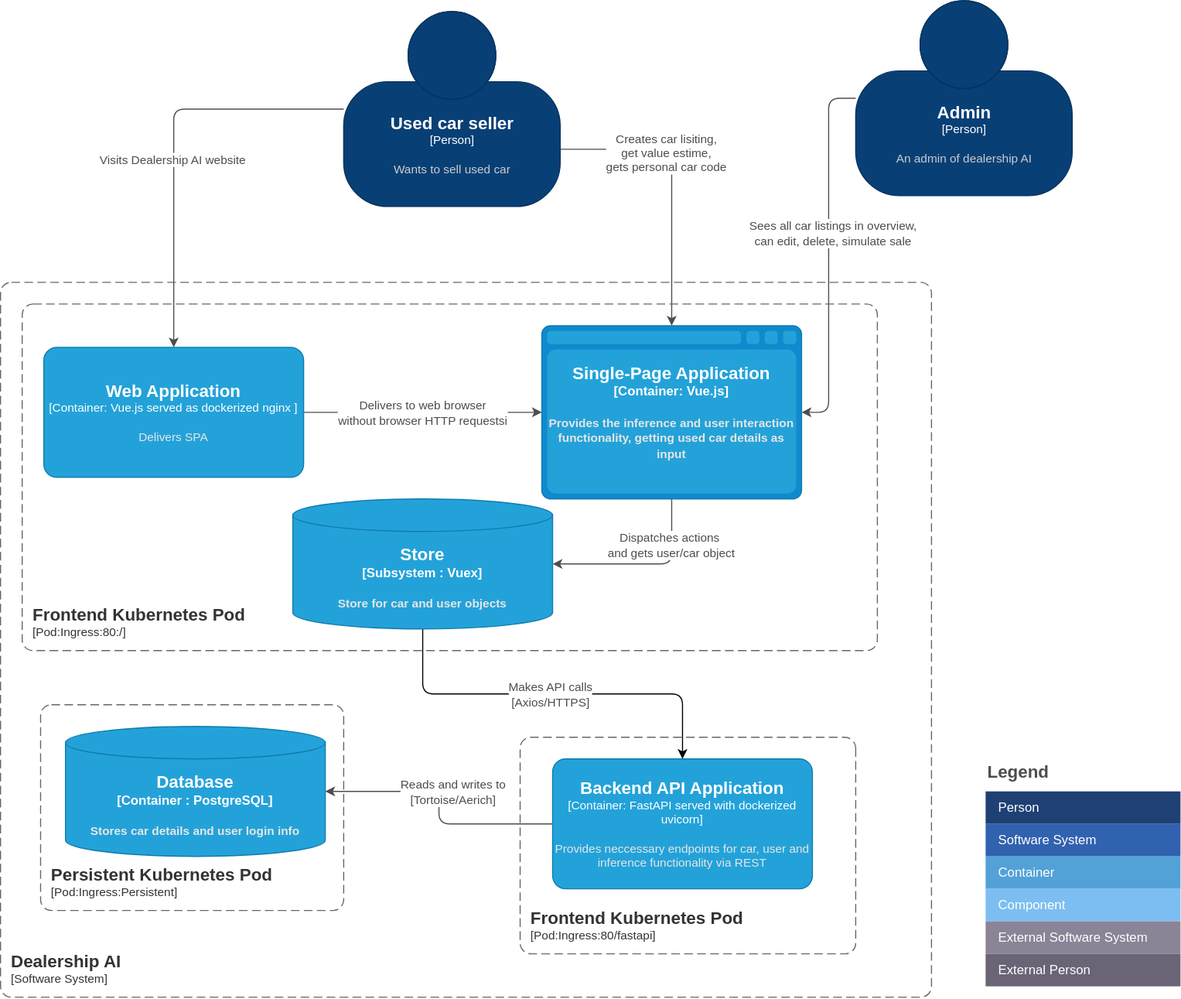
Earlier version of the draw.io export C4ContainerLevel2.svg (Bettvorleger/Dealership-AI). Source tidied: cells renumbered, new cells last; positions are measured from the earlier drawing's top-left corner, leaving out a move shared by most shapes.
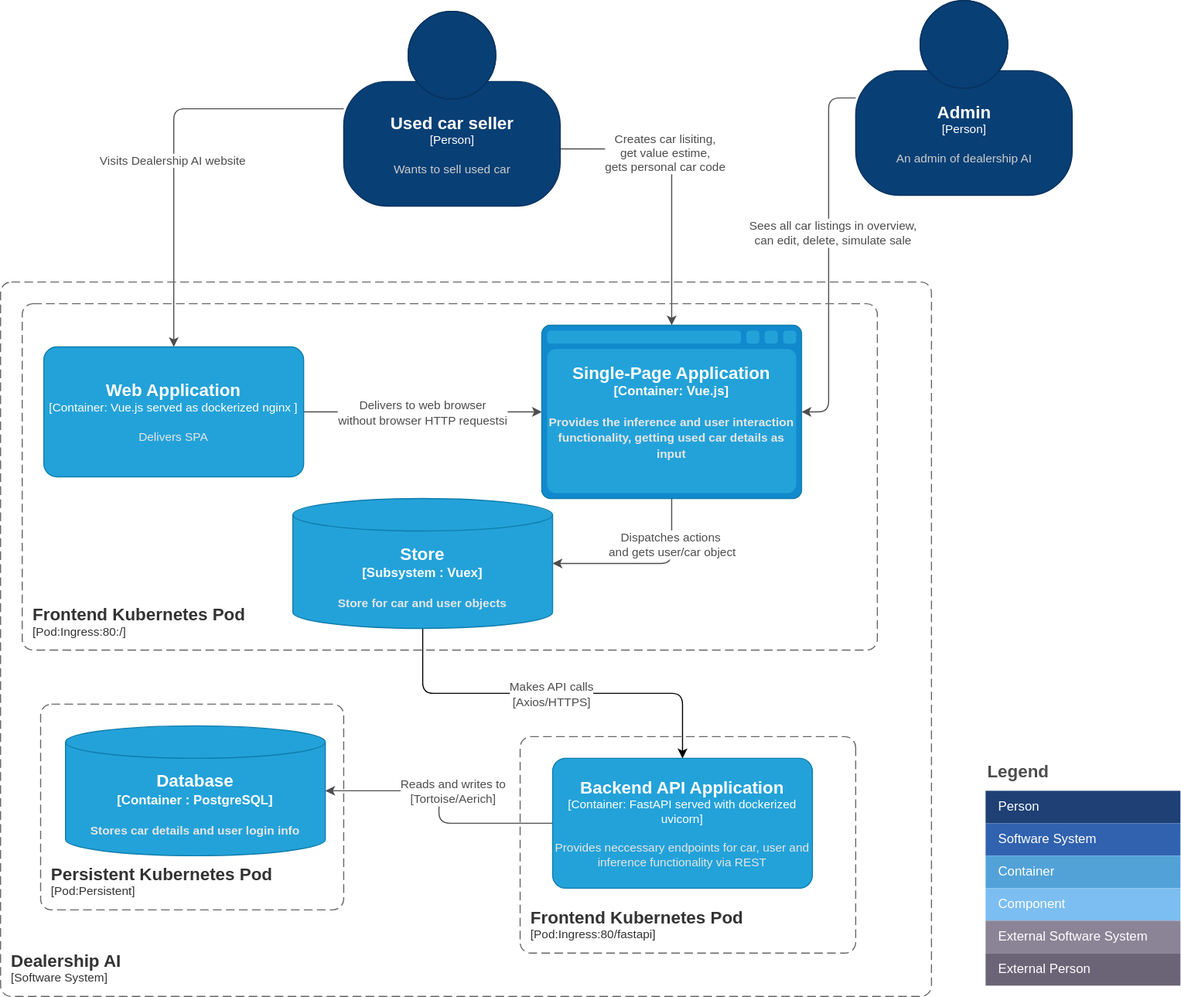
Above is the later version.

Commit message:
Add Req. Analysis according to excercise

Diff of the diagram source:
```diff
@@ -130,7 +130,7 @@
         <mxGeometry x="480" y="680" width="310" height="200" as="geometry" />
       </mxCell>
     </object>
-    <object id="34" label="&lt;font style=&quot;font-size: 16px&quot;&gt;&lt;b&gt;&lt;div style=&quot;text-align: left&quot;&gt;%c4Name%&lt;/div&gt;&lt;/b&gt;&lt;/font&gt;&lt;div style=&quot;text-align: left&quot;&gt;[%c4Application%]&lt;/div&gt;" c4Application="Pod:Ingress:Persistent" c4Name="Persistent Kubernetes Pod" c4Type="ContainerScopeBoundary" placeholders="1">
+    <object id="34" label="&lt;font style=&quot;font-size: 16px&quot;&gt;&lt;b&gt;&lt;div style=&quot;text-align: left&quot;&gt;%c4Name%&lt;/div&gt;&lt;/b&gt;&lt;/font&gt;&lt;div style=&quot;text-align: left&quot;&gt;[%c4Application%]&lt;/div&gt;" c4Application="Pod:Persistent" c4Name="Persistent Kubernetes Pod" c4Type="ContainerScopeBoundary" placeholders="1">
       <mxCell style="rounded=1;fontSize=11;whiteSpace=wrap;html=1;dashed=1;arcSize=20;fillColor=none;strokeColor=#666666;fontColor=#333333;labelBackgroundColor=none;align=left;verticalAlign=bottom;labelBorderColor=none;spacingTop=0;spacing=10;dashPattern=8 4;perimeter=rectanglePerimeter;noLabel=0;labelPadding=0;absoluteArcSize=1;" parent="1" vertex="1">
         <mxGeometry x="37" y="650" width="280" height="190" as="geometry" />
       </mxCell>
```
